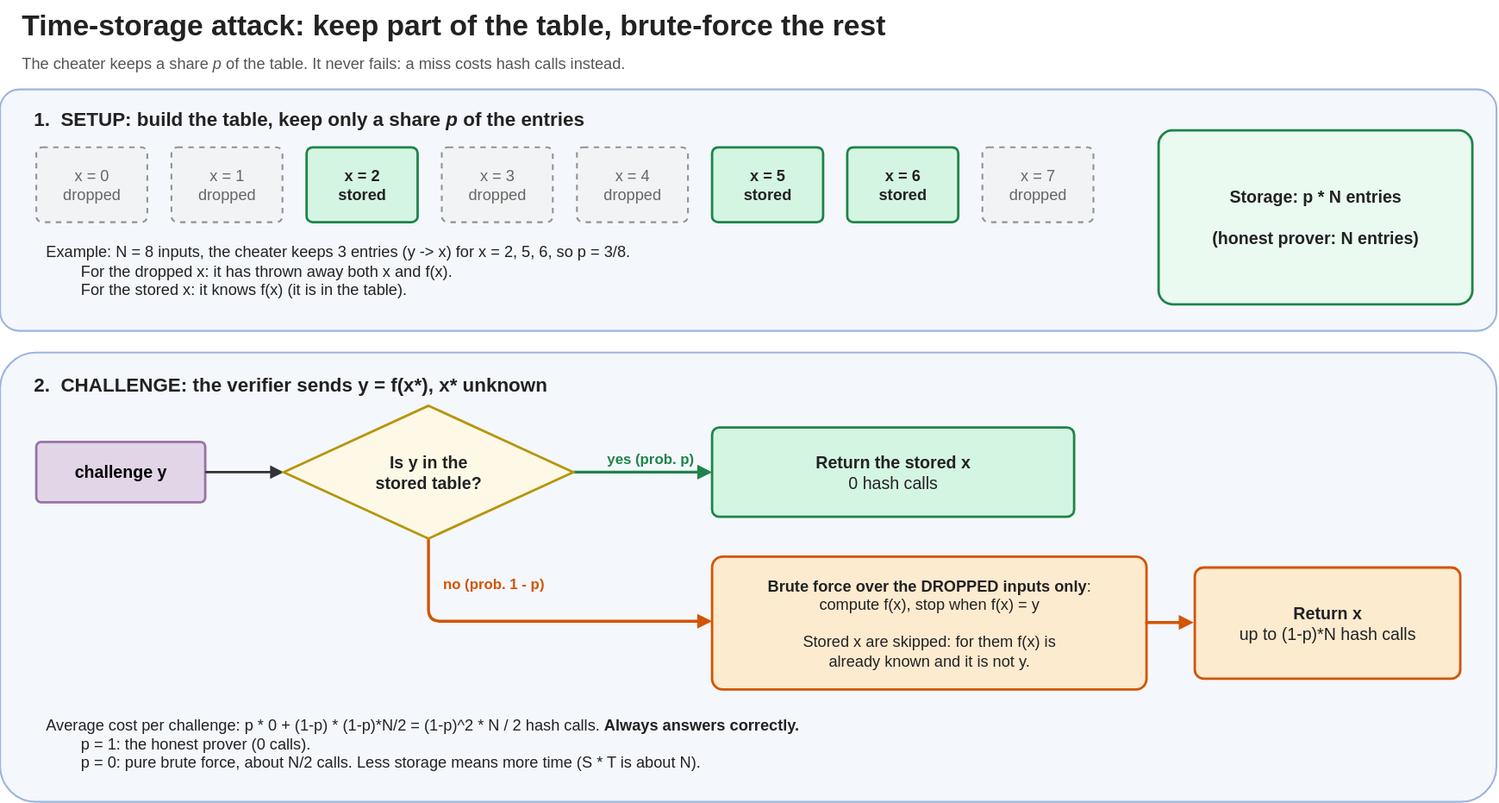
Before: Project/Diagramms/TimeStorageAttack.svg, a diagram exported from draw.io (AngelosKamaris/AAU-1st-Semester-Repo-Group-8). Source tidied: cells renumbered, new cells last; positions are measured from the earlier drawing's top-left corner, leaving out a move shared by most shapes.
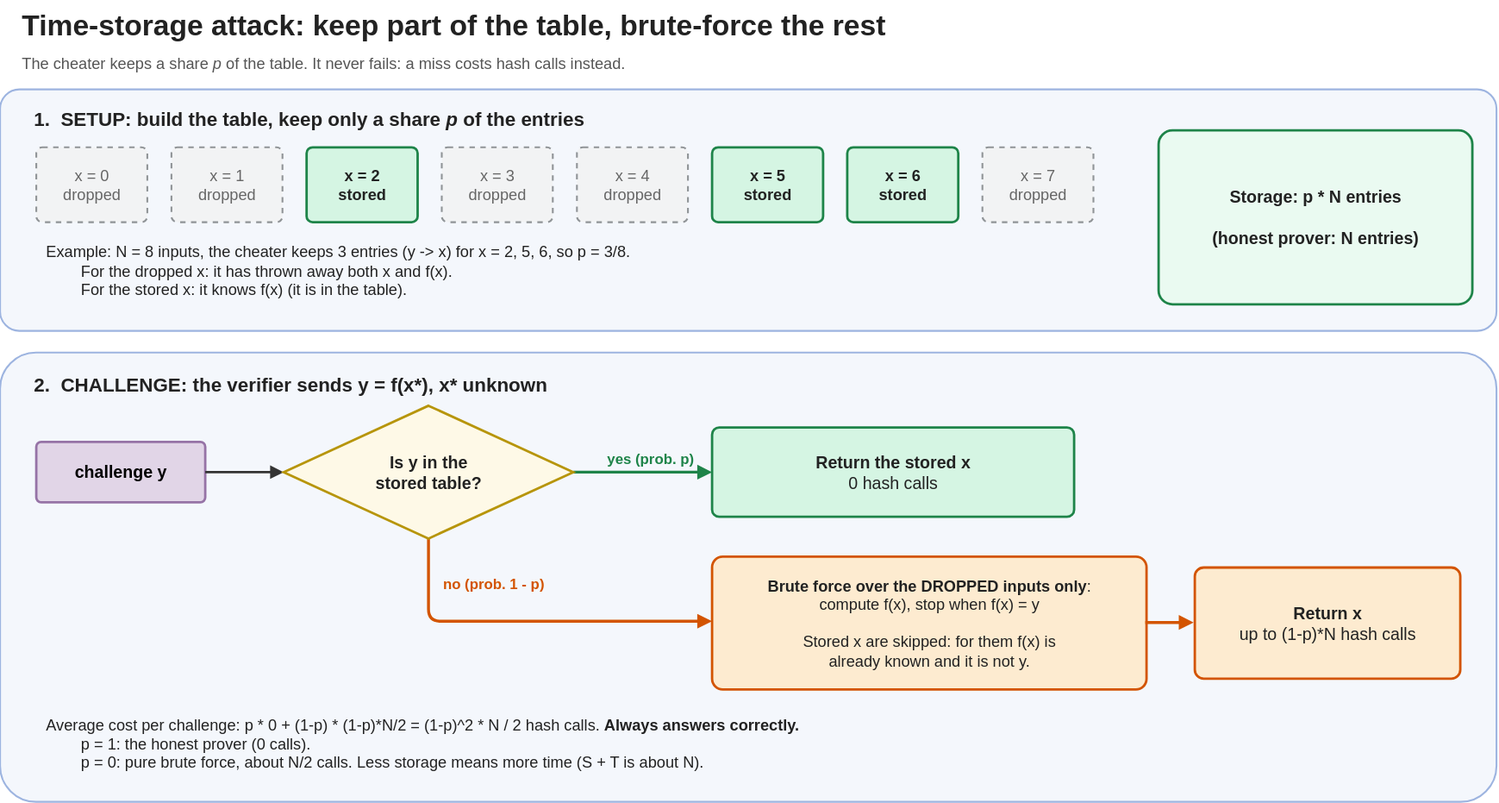
After the commit.

Commit message:
Corrected Time-storage attack diagram

The edit, as a diff of the source:
```diff
@@ -95,7 +95,7 @@
     <mxCell id="27" value="&lt;font style=&quot;font-size: 14px;&quot;&gt;Return x&lt;/font&gt;&lt;div&gt;&lt;span style=&quot;font-weight: normal;&quot;&gt;&lt;font style=&quot;font-size: 14px;&quot;&gt;up to (1-p)*N&amp;nbsp;hash calls&lt;/font&gt;&lt;/span&gt;&lt;/div&gt;" style="html=1;whiteSpace=wrap;fontSize=13;fontColor=#222222;align=center;verticalAlign=middle;rounded=1;arcSize=8;fillColor=#fdebd0;strokeColor=#d35400;strokeWidth=2;fontStyle=1;" parent="1" vertex="1">
       <mxGeometry x="990" y="470" width="220" height="92" as="geometry" />
     </mxCell>
-    <mxCell id="28" value="Average cost per challenge:  p * 0  +  (1-p) * (1-p)*N/2  =  (1-p)^2 * N / 2 hash calls.     &lt;b&gt;Always answers correctly.&lt;/b&gt;&lt;div&gt;&lt;div&gt;&lt;span style=&quot;white-space: pre;&quot;&gt;&#9;&lt;/span&gt;p = 1: the honest prover (0 calls).&amp;nbsp;&lt;/div&gt;&lt;div&gt;&lt;span style=&quot;white-space: pre;&quot;&gt;&#9;&lt;/span&gt;p = 0: pure brute force, about N/2 calls.     Less storage means more time (S * T is about N).&lt;/div&gt;&lt;/div&gt;" style="html=1;whiteSpace=wrap;fontSize=13;fontColor=#222222;align=left;verticalAlign=top;fillColor=none;strokeColor=none;spacingLeft=6;" parent="1" vertex="1">
+    <mxCell id="28" value="Average cost per challenge:  p * 0  +  (1-p) * (1-p)*N/2  =  (1-p)^2 * N / 2 hash calls.     &lt;b&gt;Always answers correctly.&lt;/b&gt;&lt;div&gt;&lt;div&gt;&lt;span style=&quot;white-space: pre;&quot;&gt;&#9;&lt;/span&gt;p = 1: the honest prover (0 calls).&amp;nbsp;&lt;/div&gt;&lt;div&gt;&lt;span style=&quot;white-space: pre;&quot;&gt;&#9;&lt;/span&gt;p = 0: pure brute force, about N/2 calls.     Less storage means more time (S + T is about N).&lt;/div&gt;&lt;/div&gt;" style="html=1;whiteSpace=wrap;fontSize=13;fontColor=#222222;align=left;verticalAlign=top;fillColor=none;strokeColor=none;spacingLeft=6;" parent="1" vertex="1">
       <mxGeometry x="30" y="586" width="1180" height="70" as="geometry" />
     </mxCell>
     <mxCell id="29" value="Is y in the&lt;br&gt;stored table?" style="html=1;whiteSpace=wrap;fontSize=14;fontColor=#222222;align=center;verticalAlign=middle;rhombus;fillColor=#fef9e7;strokeColor=#b7950b;strokeWidth=2;fontStyle=1;" parent="1" vertex="1">
```
